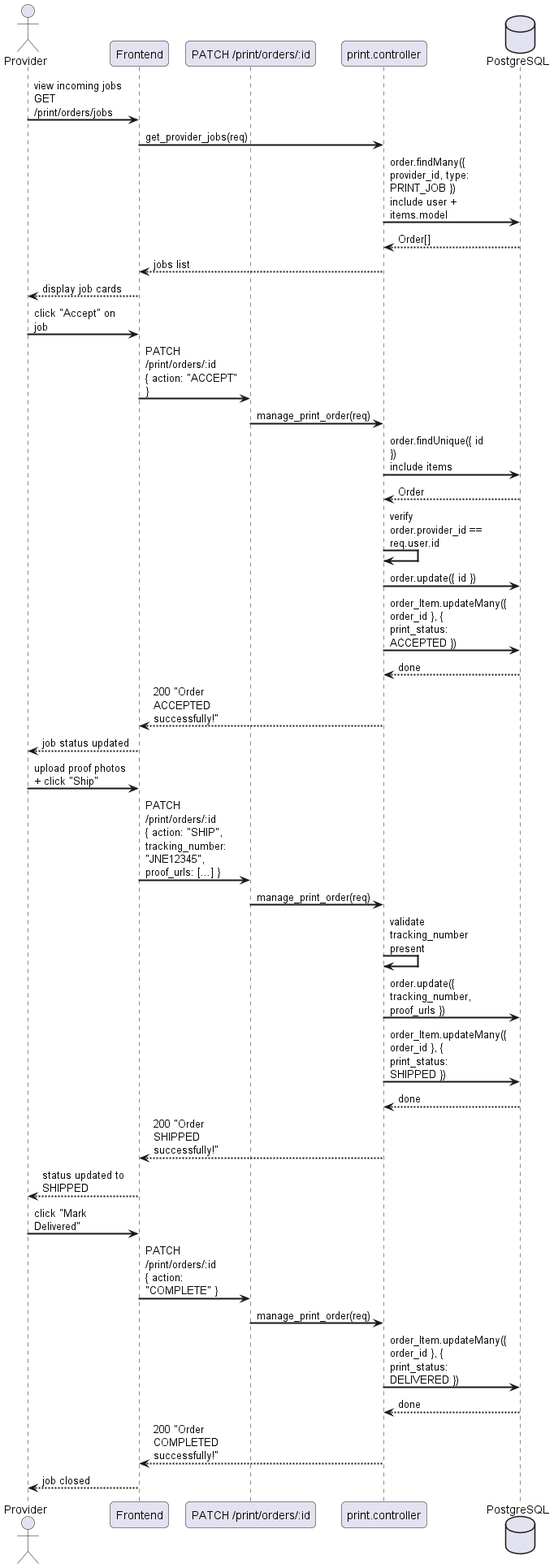
Schryzon/3Dex keeps this PlantUML diagram as docs/diagrams/exports/sequence/print/sequence_print_job_management.png. Above is the earlier version.
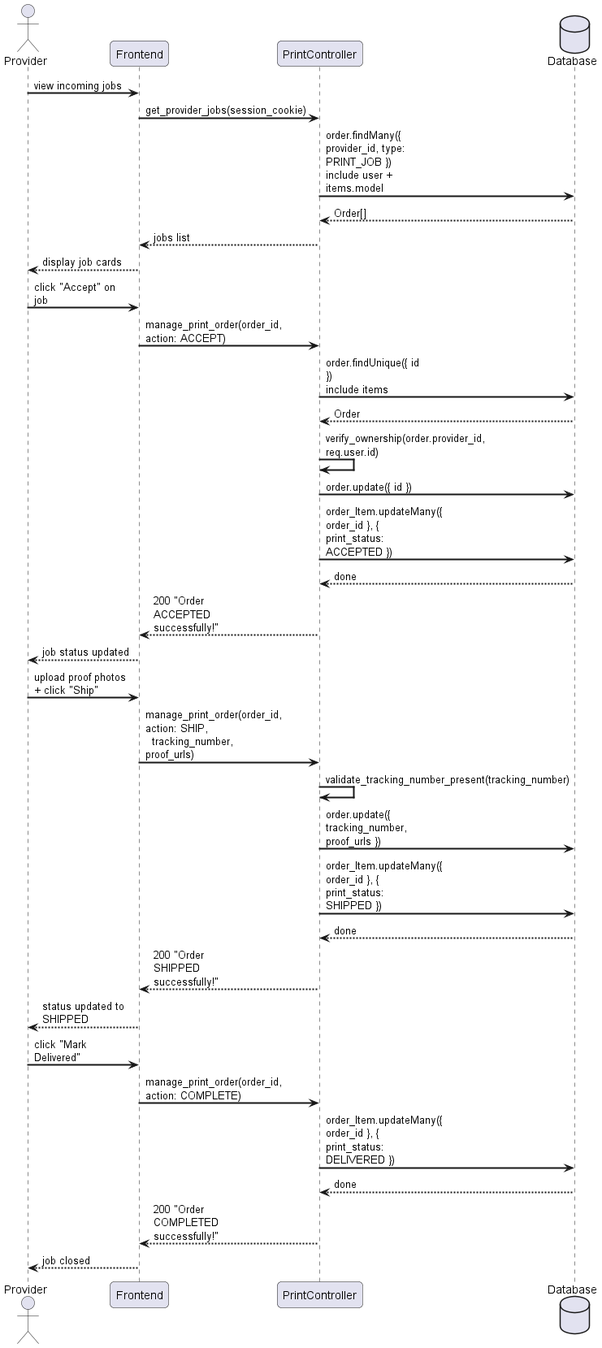
The same diagram one commit later.

Diff of the diagram source:
```diff
@@ -5,23 +5,21 @@
 
 actor "Provider" as P
 participant "Frontend" as FE
-participant "PATCH /print/orders/:id" as API
-participant "print.controller" as PC
-database "PostgreSQL" as DB
+participant "PrintController" as PC
+database "Database" as DB
 
-P -> FE : view incoming jobs\nGET /print/orders/jobs
-FE -> PC : get_provider_jobs(req)
+P -> FE : view incoming jobs
+FE -> PC : get_provider_jobs(session_cookie)
 PC -> DB : order.findMany({ provider_id, type: PRINT_JOB })\ninclude user + items.model
 DB --> PC : Order[]
 PC --> FE : jobs list
 FE --> P : display job cards
 
 P -> FE : click "Accept" on job
-FE -> API : PATCH /print/orders/:id\n{ action: "ACCEPT" }
-API -> PC : manage_print_order(req)
+FE -> PC : manage_print_order(order_id, action: ACCEPT)
 PC -> DB : order.findUnique({ id })\ninclude items
 DB --> PC : Order
-PC -> PC : verify order.provider_id == req.user.id
+PC -> PC : verify_ownership(order.provider_id, req.user.id)
 PC -> DB : order.update({ id })
 PC -> DB : order_Item.updateMany({ order_id }, { print_status: ACCEPTED })
 DB --> PC : done
@@ -29,9 +27,8 @@
 FE --> P : job status updated
 
 P -> FE : upload proof photos + click "Ship"
-FE -> API : PATCH /print/orders/:id\n{ action: "SHIP", tracking_number: "JNE12345", proof_urls: [...] }
-API -> PC : manage_print_order(req)
-PC -> PC : validate tracking_number present
+FE -> PC : manage_print_order(order_id, action: SHIP,\n  tracking_number, proof_urls)
+PC -> PC : validate_tracking_number_present(tracking_number)
 PC -> DB : order.update({ tracking_number, proof_urls })
 PC -> DB : order_Item.updateMany({ order_id }, { print_status: SHIPPED })
 DB --> PC : done
@@ -39,8 +36,7 @@
 FE --> P : status updated to SHIPPED
 
 P -> FE : click "Mark Delivered"
-FE -> API : PATCH /print/orders/:id\n{ action: "COMPLETE" }
-API -> PC : manage_print_order(req)
+FE -> PC : manage_print_order(order_id, action: COMPLETE)
 PC -> DB : order_Item.updateMany({ order_id }, { print_status: DELIVERED })
 DB --> PC : done
 PC --> FE : 200 "Order COMPLETED successfully!"
```
